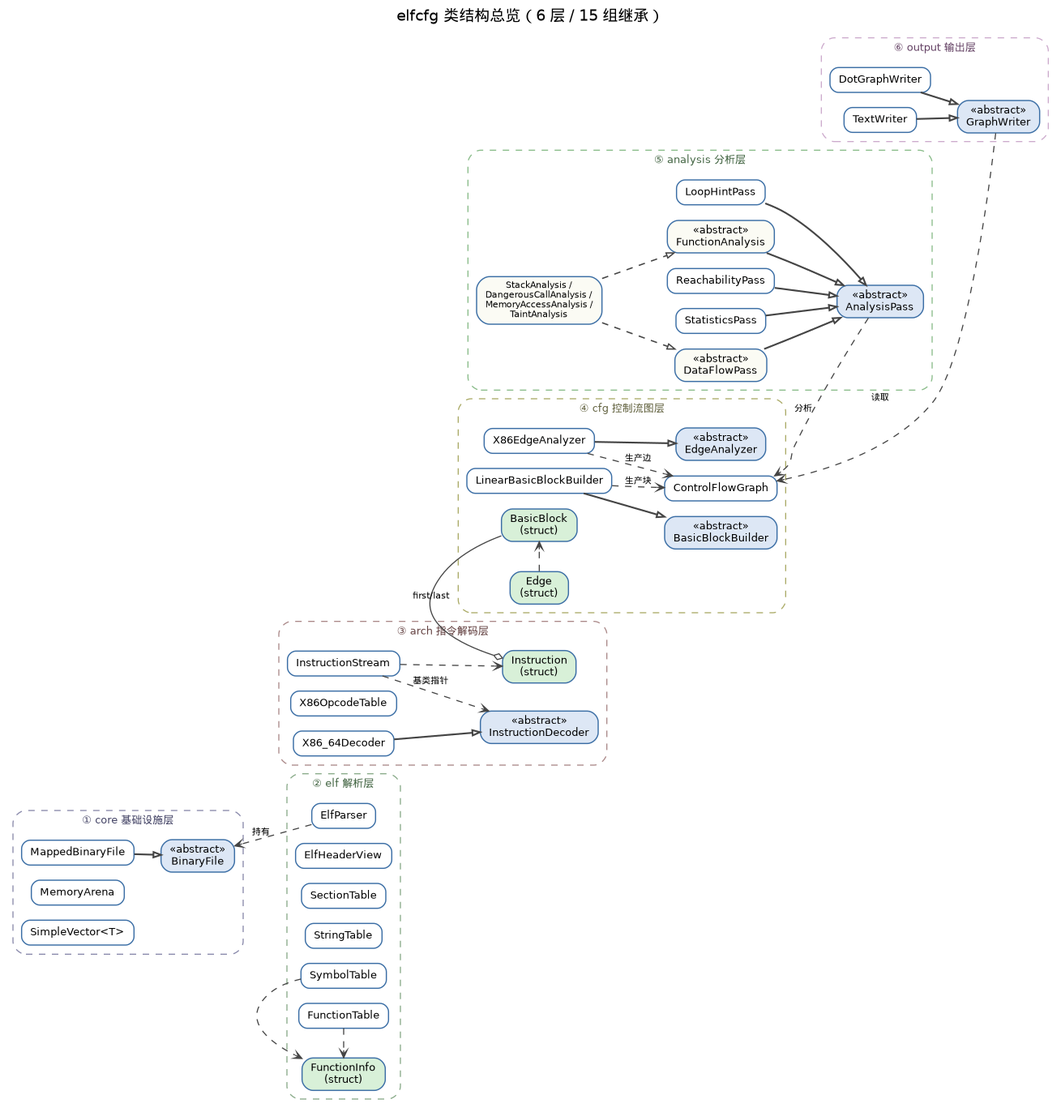
This is native_version/docs_native/uml_overview.png from KafuuChinoQAQ/teamwork, a Graphviz export, as it was before one commit. Its source is kept beside it as native_version/docs_native/uml_overview.dot. The source it was exported from:
```dot
/* UML 类图（精简版）—— 只看分层与继承骨架
 * 渲染：dot -Tpng uml_overview.dot -o uml_overview.png
 *
 * 用途：投屏 / PDF 插图。完整版（含成员列表）见 uml.dot → uml_native.png。
 */
digraph UMLOverview {
    rankdir=LR;   /* 横向布局：六层从左到右展开，整体接近方形，便于在 A4 上阅读 */
    graph [fontname="Droid Sans Fallback", fontsize=14, labelloc="t",
           label="elfcfg 类结构总览（6 层 / 15 组继承）\n", bgcolor="white",
           nodesep=0.20, ranksep=0.34];
    node  [shape=box, style="filled,rounded", fontname="Helvetica", fontsize=10,
           fillcolor="white", color="#3b6ea5", penwidth=1.1, height=0.32];
    edge  [color="#444444", arrowsize=0.7, fontname="Droid Sans Fallback", fontsize=8];

    /* ---- ① core ---- */
    subgraph cluster_core {
        label="① core 基础设施层"; style="rounded,dashed";
        color="#8888aa"; fontcolor="#444466"; fontsize=10;
        BinaryFile      [label="«abstract»\nBinaryFile", fillcolor="#dde7f5", shape=box];
        MappedBinaryFile[label="MappedBinaryFile"];
        MemoryArena     [label="MemoryArena"];
        SimpleVector    [label="SimpleVector<T>"];
    }

    /* ---- ② elf ---- */
    subgraph cluster_elf {
        label="② elf 解析层"; style="rounded,dashed";
        color="#88aa88"; fontcolor="#446644"; fontsize=10;
        ElfParser    [label="ElfParser"];
        ElfHeaderView[label="ElfHeaderView"];
        SectionTable [label="SectionTable"];
        StringTable  [label="StringTable"];
        SymbolTable  [label="SymbolTable"];
        FunctionTable[label="FunctionTable"];
        FunctionInfo [label="FunctionInfo\n(struct)", fillcolor="#d8f0d8"];
    }

    /* ---- ③ arch ---- */
    subgraph cluster_arch {
        label="③ arch 指令解码层"; style="rounded,dashed";
        color="#aa8888"; fontcolor="#664444"; fontsize=10;
        InstructionDecoder[label="«abstract»\nInstructionDecoder", fillcolor="#dde7f5"];
        X86_64Decoder     [label="X86_64Decoder"];
        X86OpcodeTable    [label="X86OpcodeTable"];
        InstructionStream [label="InstructionStream"];
        Instruction       [label="Instruction\n(struct)", fillcolor="#d8f0d8"];
    }

    /* ---- ④ cfg ---- */
    subgraph cluster_cfg {
        label="④ cfg 控制流图层"; style="rounded,dashed";
        color="#aaaa66"; fontcolor="#666644"; fontsize=10;
        BasicBlockBuilder[label="«abstract»\nBasicBlockBuilder", fillcolor="#dde7f5"];
        LinearBBB        [label="LinearBasicBlockBuilder"];
        EdgeAnalyzer     [label="«abstract»\nEdgeAnalyzer", fillcolor="#dde7f5"];
        X86EdgeAnalyzer  [label="X86EdgeAnalyzer"];
        ControlFlowGraph [label="ControlFlowGraph"];
        BasicBlock       [label="BasicBlock\n(struct)", fillcolor="#d8f0d8"];
        "Edge"           [label="Edge\n(struct)", fillcolor="#d8f0d8"];
    }

    /* ---- ⑤ analysis ---- */
    subgraph cluster_analysis {
        label="⑤ analysis 分析层"; style="rounded,dashed";
        color="#88bb88"; fontcolor="#446644"; fontsize=10;
        AnalysisPass    [label="«abstract»\nAnalysisPass", fillcolor="#dde7f5"];
        ReachabilityPass[label="ReachabilityPass"];
        LoopHintPass    [label="LoopHintPass"];
        StatisticsPass  [label="StatisticsPass"];
        FunctionAnalysis[label="«abstract»\nFunctionAnalysis", fillcolor="#fbfbf4"];
        DataFlowPass    [label="«abstract»\nDataFlowPass", fillcolor="#fbfbf4"];
        FutureImpl      [label="StackAnalysis /\nDangerousCallAnalysis /\nMemoryAccessAnalysis /\nTaintAnalysis", fillcolor="#fbfbf4", fontsize=8];
    }

    /* ---- ⑥ output ---- */
    subgraph cluster_output {
        label="⑥ output 输出层"; style="rounded,dashed";
        color="#ccaacc"; fontcolor="#664466"; fontsize=10;
        GraphWriter   [label="«abstract»\nGraphWriter", fillcolor="#dde7f5"];
        DotGraphWriter[label="DotGraphWriter"];
        TextWriter    [label="TextWriter"];
    }

    /* ---- 继承（实线空心三角） ---- */
    MappedBinaryFile -> BinaryFile         [arrowhead=onormal, penwidth=1.6];
    X86_64Decoder    -> InstructionDecoder [arrowhead=onormal, penwidth=1.6];
    LinearBBB        -> BasicBlockBuilder  [arrowhead=onormal, penwidth=1.6];
    X86EdgeAnalyzer  -> EdgeAnalyzer       [arrowhead=onormal, penwidth=1.6];
    ReachabilityPass -> AnalysisPass       [arrowhead=onormal, penwidth=1.6];
    LoopHintPass     -> AnalysisPass       [arrowhead=onormal, penwidth=1.6];
    StatisticsPass   -> AnalysisPass       [arrowhead=onormal, penwidth=1.6];
    FunctionAnalysis -> AnalysisPass       [arrowhead=onormal, penwidth=1.6];
    DataFlowPass     -> AnalysisPass       [arrowhead=onormal, penwidth=1.6];
    FutureImpl       -> FunctionAnalysis   [arrowhead=onormal, penwidth=1.2, style=dashed];
    FutureImpl       -> DataFlowPass       [arrowhead=onormal, penwidth=1.2, style=dashed];
    DotGraphWriter   -> GraphWriter        [arrowhead=onormal, penwidth=1.6];
    TextWriter       -> GraphWriter        [arrowhead=onormal, penwidth=1.6];

    /* ---- 层间依赖（虚线） ---- */
    ElfParser         -> BinaryFile         [style=dashed, arrowhead=vee, label="持有", constraint=false];
    SymbolTable       -> FunctionInfo       [style=dashed, arrowhead=vee, constraint=false];
    FunctionTable     -> FunctionInfo       [style=dashed, arrowhead=vee, constraint=false];
    InstructionStream -> InstructionDecoder [style=dashed, arrowhead=vee, label="基类指针"];
    InstructionStream -> Instruction        [style=dashed, arrowhead=vee];
    LinearBBB         -> ControlFlowGraph   [style=dashed, arrowhead=vee, label="生产块"];
    X86EdgeAnalyzer   -> ControlFlowGraph   [style=dashed, arrowhead=vee, label="生产边"];
    BasicBlock        -> Instruction        [arrowhead=odiamond, label="first/last", constraint=false];
    "Edge"            -> BasicBlock         [style=dashed, arrowhead=vee, constraint=false];
    AnalysisPass      -> ControlFlowGraph   [style=dashed, arrowhead=vee, label="分析"];
    GraphWriter       -> ControlFlowGraph   [style=dashed, arrowhead=vee, label="读取"];

    /* ---- 布局约束：六层纵向堆叠 ---- */
    BinaryFile         -> ElfHeaderView      [style=invis, weight=10];
    ElfHeaderView      -> InstructionDecoder [style=invis, weight=10];
    InstructionDecoder -> BasicBlockBuilder  [style=invis, weight=10];
    BasicBlockBuilder  -> AnalysisPass       [style=invis, weight=10];
    AnalysisPass       -> GraphWriter        [style=invis, weight=10];
}
```
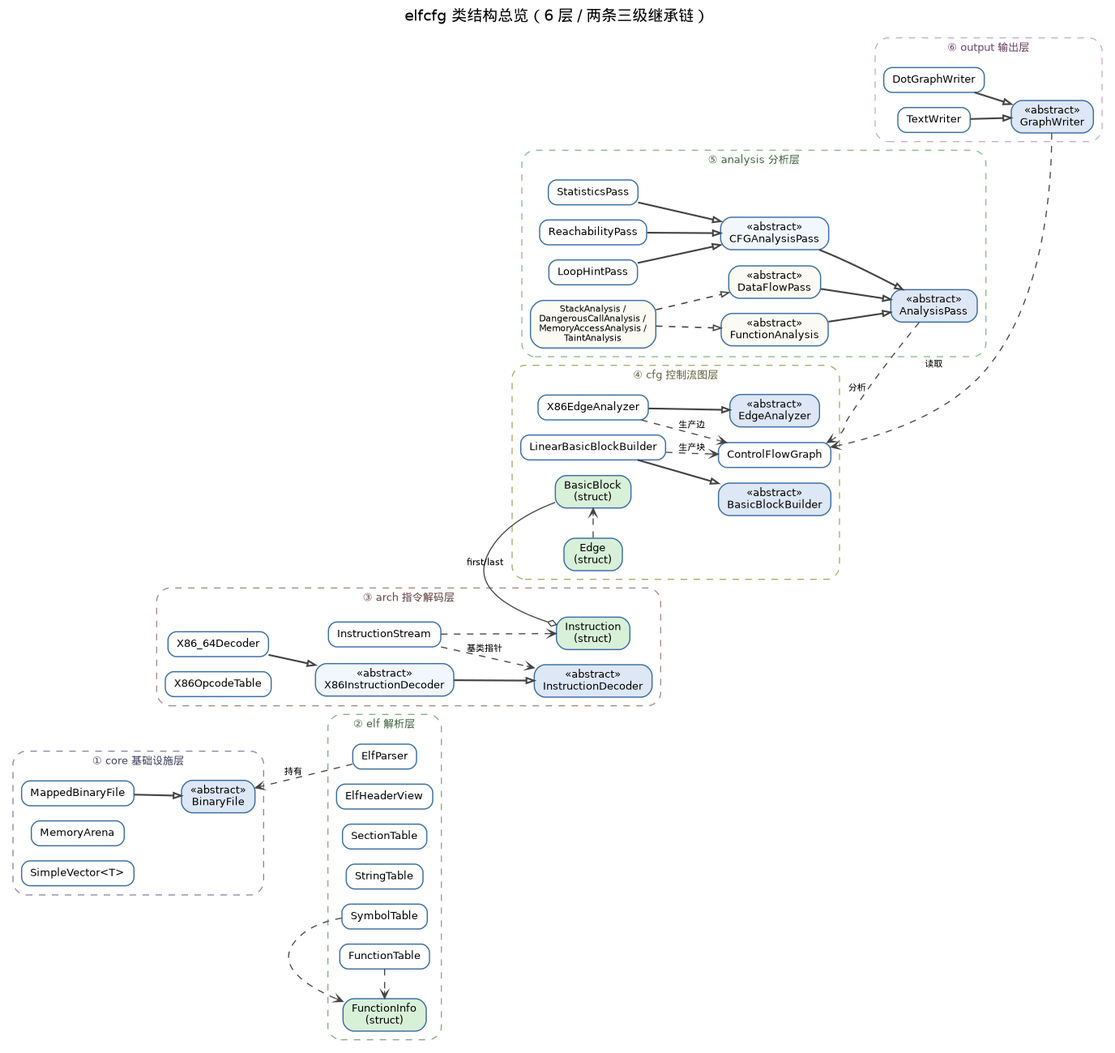
After the commit.

The edit, as a diff of the source:
```diff
@@ -6,7 +6,7 @@
 digraph UMLOverview {
     rankdir=LR;   /* 横向布局：六层从左到右展开，整体接近方形，便于在 A4 上阅读 */
     graph [fontname="Droid Sans Fallback", fontsize=14, labelloc="t",
-           label="elfcfg 类结构总览（6 层 / 15 组继承）\n", bgcolor="white",
+           label="elfcfg 类结构总览（6 层 / 两条三级继承链）\n", bgcolor="white",
            nodesep=0.20, ranksep=0.34];
     node  [shape=box, style="filled,rounded", fontname="Helvetica", fontsize=10,
            fillcolor="white", color="#3b6ea5", penwidth=1.1, height=0.32];
@@ -40,6 +40,7 @@
         label="③ arch 指令解码层"; style="rounded,dashed";
         color="#aa8888"; fontcolor="#664444"; fontsize=10;
         InstructionDecoder[label="«abstract»\nInstructionDecoder", fillcolor="#dde7f5"];
+        X86InstructionDecoder[label="«abstract»\nX86InstructionDecoder", fillcolor="#f2f7ff"];
         X86_64Decoder     [label="X86_64Decoder"];
         X86OpcodeTable    [label="X86OpcodeTable"];
         InstructionStream [label="InstructionStream"];
@@ -64,6 +65,7 @@
         label="⑤ analysis 分析层"; style="rounded,dashed";
         color="#88bb88"; fontcolor="#446644"; fontsize=10;
         AnalysisPass    [label="«abstract»\nAnalysisPass", fillcolor="#dde7f5"];
+        CFGAnalysisPass [label="«abstract»\nCFGAnalysisPass", fillcolor="#f2f7ff"];
         ReachabilityPass[label="ReachabilityPass"];
         LoopHintPass    [label="LoopHintPass"];
         StatisticsPass  [label="StatisticsPass"];
@@ -83,12 +85,14 @@
 
     /* ---- 继承（实线空心三角） ---- */
     MappedBinaryFile -> BinaryFile         [arrowhead=onormal, penwidth=1.6];
-    X86_64Decoder    -> InstructionDecoder [arrowhead=onormal, penwidth=1.6];
+    X86InstructionDecoder -> InstructionDecoder    [arrowhead=onormal, penwidth=1.6];
+    X86_64Decoder         -> X86InstructionDecoder  [arrowhead=onormal, penwidth=1.6];
     LinearBBB        -> BasicBlockBuilder  [arrowhead=onormal, penwidth=1.6];
     X86EdgeAnalyzer  -> EdgeAnalyzer       [arrowhead=onormal, penwidth=1.6];
-    ReachabilityPass -> AnalysisPass       [arrowhead=onormal, penwidth=1.6];
-    LoopHintPass     -> AnalysisPass       [arrowhead=onormal, penwidth=1.6];
-    StatisticsPass   -> AnalysisPass       [arrowhead=onormal, penwidth=1.6];
+    CFGAnalysisPass  -> AnalysisPass       [arrowhead=onormal, penwidth=1.6];
+    ReachabilityPass -> CFGAnalysisPass    [arrowhead=onormal, penwidth=1.6];
+    LoopHintPass     -> CFGAnalysisPass    [arrowhead=onormal, penwidth=1.6];
+    StatisticsPass   -> CFGAnalysisPass    [arrowhead=onormal, penwidth=1.6];
     FunctionAnalysis -> AnalysisPass       [arrowhead=onormal, penwidth=1.6];
     DataFlowPass     -> AnalysisPass       [arrowhead=onormal, penwidth=1.6];
     FutureImpl       -> FunctionAnalysis   [arrowhead=onormal, penwidth=1.2, style=dashed];
```
